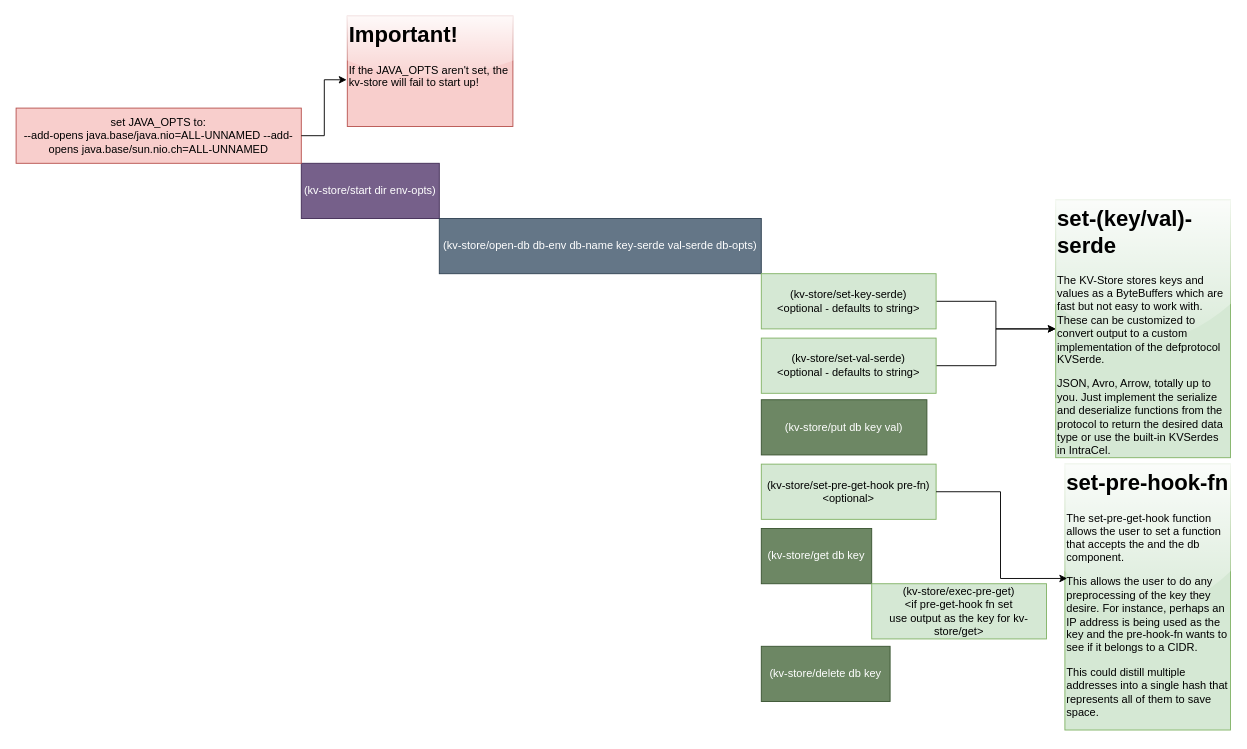
IntraCel/core keeps this draw.io diagram as docs/kv-store-workflow.drawio. Above is the earlier version. Source tidied: cells renumbered, new cells numbered last; positions are measured from the earlier drawing's top-left corner, leaving out a move shared by most shapes. Both pictures are drawn from the tidied source at 92%, with x=0, y=0 at pixel (16, 16).
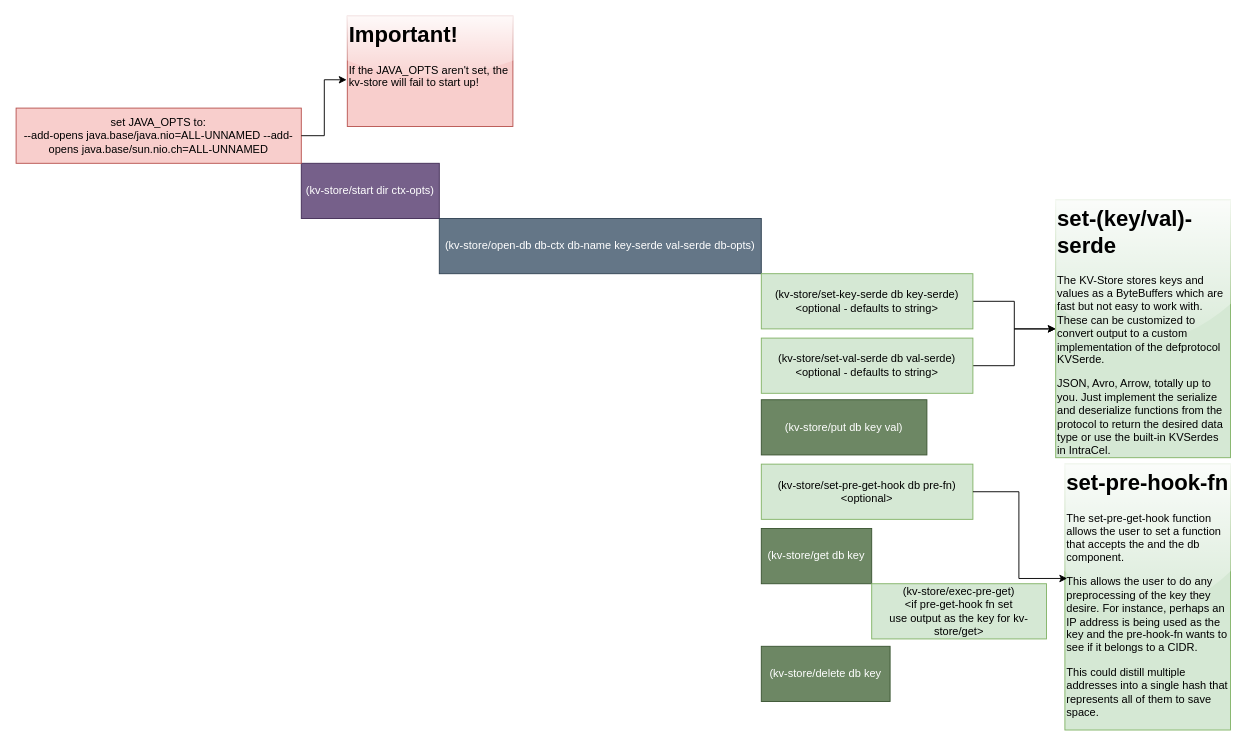
The same diagram, later.

The edit, as a diff of the source:
```diff
@@
 <mxGraphModel>
   <root>
     <mxCell id="0" />
     <mxCell id="1" parent="0" />
-    <mxCell id="2" value="(kv-store/start dir env-opts)" style="rounded=0;whiteSpace=wrap;html=1;fillColor=#76608a;fontColor=#ffffff;strokeColor=#432D57;" parent="1" vertex="1">
+    <mxCell id="2" value="(kv-store/start dir ctx-opts)" style="rounded=0;whiteSpace=wrap;html=1;fillColor=#76608a;fontColor=#ffffff;strokeColor=#432D57;" parent="1" vertex="1">
       <mxGeometry x="310" y="160" width="150" height="60" as="geometry" />
     </mxCell>
     <mxCell id="3" value="set JAVA_OPTS to:&lt;div&gt;--add-opens java.base/java.nio=ALL-UNNAMED --add-opens java.base/sun.nio.ch=ALL-UNNAMED&lt;br&gt;&lt;/div&gt;" style="rounded=0;whiteSpace=wrap;html=1;fillColor=#f8cecc;strokeColor=#b85450;" parent="1" vertex="1">
       <mxGeometry y="100" width="310" height="60" as="geometry" />
     </mxCell>
-    <mxCell id="4" value="(kv-store/open-db db-env db-name key-serde val-serde db-opts)" style="rounded=0;whiteSpace=wrap;html=1;fillColor=#647687;fontColor=#ffffff;strokeColor=#314354;" parent="1" vertex="1">
+    <mxCell id="4" value="(kv-store/open-db db-ctx db-name key-serde val-serde db-opts)" style="rounded=0;whiteSpace=wrap;html=1;fillColor=#647687;fontColor=#ffffff;strokeColor=#314354;" parent="1" vertex="1">
       <mxGeometry x="460" y="220" width="350" height="60" as="geometry" />
     </mxCell>
     <mxCell id="5" value="(kv-store/put db key val)" style="rounded=0;whiteSpace=wrap;html=1;fillColor=#6d8764;fontColor=#ffffff;strokeColor=#3A5431;" parent="1" vertex="1">
       <mxGeometry x="810" y="417" width="180" height="60" as="geometry" />
     </mxCell>
-    <mxCell id="6" value="(kv-store/set-pre-get-hook pre-fn)&lt;br&gt;&amp;lt;optional&amp;gt;" style="rounded=0;whiteSpace=wrap;html=1;fillColor=#d5e8d4;strokeColor=#82b366;" parent="1" vertex="1">
-      <mxGeometry x="810" y="487" width="190" height="60" as="geometry" />
+    <mxCell id="6" value="(kv-store/set-pre-get-hook db pre-fn)&lt;br&gt;&amp;lt;optional&amp;gt;" style="rounded=0;whiteSpace=wrap;html=1;fillColor=#d5e8d4;strokeColor=#82b366;" parent="1" vertex="1">
+      <mxGeometry x="810" y="487" width="230" height="60" as="geometry" />
     </mxCell>
     <mxCell id="7" value="(kv-store/get db key" style="rounded=0;whiteSpace=wrap;html=1;fillColor=#6d8764;fontColor=#ffffff;strokeColor=#3A5431;" parent="1" vertex="1">
       <mxGeometry x="810" y="557" width="120" height="60" as="geometry" />
     </mxCell>
     <mxCell id="8" value="(kv-store/exec-pre-get)&lt;br&gt;&amp;lt;if pre-get-hook fn set&lt;br&gt;use output as the key for kv-store/get&amp;gt;" style="rounded=0;whiteSpace=wrap;html=1;fillColor=#d5e8d4;strokeColor=#82b366;" parent="1" vertex="1">
       <mxGeometry x="930" y="617" width="190" height="60" as="geometry" />
     </mxCell>
     <mxCell id="9" value="&lt;h1 style=&quot;margin-top: 0px;&quot;&gt;set-pre-hook-fn&lt;/h1&gt;&lt;p&gt;The set-pre-get-hook function allows the user to set a function that accepts the and the db component.&amp;nbsp;&lt;/p&gt;&lt;p&gt;This allows the user to do any preprocessing of the key they desire. For instance, perhaps an IP address is being used as the key and the pre-hook-fn wants to see if it belongs to a CIDR.&lt;/p&gt;&lt;p&gt;This could distill multiple addresses into a single hash that represents all of them to save space.&lt;/p&gt;" style="text;html=1;whiteSpace=wrap;overflow=hidden;rounded=0;glass=1;fillColor=#d5e8d4;strokeColor=#82b366;" parent="1" vertex="1">
       <mxGeometry x="1140" y="487" width="180" height="289" as="geometry" />
     </mxCell>
     <mxCell id="10" style="edgeStyle=orthogonalEdgeStyle;rounded=0;jettySize=auto;html=1;entryX=0.014;entryY=0.43;entryDx=0;entryDy=0;entryPerimeter=0;" parent="1" edge="1" source="6" target="9">
       <mxGeometry relative="1" as="geometry" />
     </mxCell>
     <mxCell id="11" value="&lt;h1 style=&quot;margin-top: 0px;&quot;&gt;Important!&lt;/h1&gt;&lt;p&gt;If the JAVA_OPTS aren't set, the kv-store will fail to start up!&lt;/p&gt;" style="text;html=1;whiteSpace=wrap;overflow=hidden;rounded=0;fillColor=#f8cecc;strokeColor=#b85450;glass=1;" parent="1" vertex="1">
       <mxGeometry x="360" width="180" height="120" as="geometry" />
     </mxCell>
     <mxCell id="12" style="edgeStyle=orthogonalEdgeStyle;rounded=0;jettySize=auto;html=1;entryX=-0.004;entryY=0.577;entryDx=0;entryDy=0;entryPerimeter=0;" parent="1" edge="1" source="3" target="11">
       <mxGeometry relative="1" as="geometry" />
     </mxCell>
     <mxCell id="13" style="edgeStyle=orthogonalEdgeStyle;rounded=0;jettySize=auto;html=1;entryX=0;entryY=0.5;entryDx=0;entryDy=0;" parent="1" edge="1" source="14" target="15">
       <mxGeometry relative="1" as="geometry" />
     </mxCell>
-    <mxCell id="14" value="(kv-store/set-key-serde)&lt;br&gt;&amp;lt;optional - defaults to string&amp;gt;" style="rounded=0;whiteSpace=wrap;html=1;fillColor=#d5e8d4;strokeColor=#82b366;" parent="1" vertex="1">
-      <mxGeometry x="810" y="280" width="190" height="60" as="geometry" />
+    <mxCell id="14" value="(kv-store/set-key-serde db key-serde)&lt;br&gt;&amp;lt;optional - defaults to string&amp;gt;" style="rounded=0;whiteSpace=wrap;html=1;fillColor=#d5e8d4;strokeColor=#82b366;" parent="1" vertex="1">
+      <mxGeometry x="810" y="280" width="230" height="60" as="geometry" />
     </mxCell>
     <mxCell id="15" value="&lt;h1 style=&quot;margin-top: 0px;&quot;&gt;set-(key/val)-serde&lt;/h1&gt;&lt;p&gt;The KV-Store stores keys and values as a ByteBuffers which are fast but not easy to work with. These can be customized to convert output to a custom implementation of the defprotocol KVSerde.&lt;/p&gt;&lt;p&gt;JSON, Avro, Arrow, totally up to you. Just implement the serialize and deserialize functions from the protocol to return the desired data type or use the built-in KVSerdes in IntraCel.&lt;/p&gt;" style="text;html=1;whiteSpace=wrap;overflow=hidden;rounded=0;fillColor=#d5e8d4;strokeColor=#82b366;glass=1;" parent="1" vertex="1">
       <mxGeometry x="1130" y="200" width="190" height="280" as="geometry" />
     </mxCell>
     <mxCell id="16" style="edgeStyle=orthogonalEdgeStyle;rounded=0;jettySize=auto;html=1;" parent="1" edge="1" source="17" target="15">
       <mxGeometry relative="1" as="geometry" />
     </mxCell>
-    <mxCell id="17" value="(kv-store/set-val-serde)&lt;br&gt;&amp;lt;optional - defaults to string&amp;gt;" style="rounded=0;whiteSpace=wrap;html=1;fillColor=#d5e8d4;strokeColor=#82b366;" parent="1" vertex="1">
-      <mxGeometry x="810" y="350" width="190" height="60" as="geometry" />
+    <mxCell id="17" value="(kv-store/set-val-serde db val-serde)&lt;br&gt;&amp;lt;optional - defaults to string&amp;gt;" style="rounded=0;whiteSpace=wrap;html=1;fillColor=#d5e8d4;strokeColor=#82b366;" parent="1" vertex="1">
+      <mxGeometry x="810" y="350" width="230" height="60" as="geometry" />
     </mxCell>
     <mxCell id="18" value="(kv-store/delete db key" style="rounded=0;whiteSpace=wrap;html=1;fillColor=#6d8764;fontColor=#ffffff;strokeColor=#3A5431;" parent="1" vertex="1">
       <mxGeometry x="810" y="685" width="140" height="60" as="geometry" />
     </mxCell>
   </root>
 </mxGraphModel>
```
